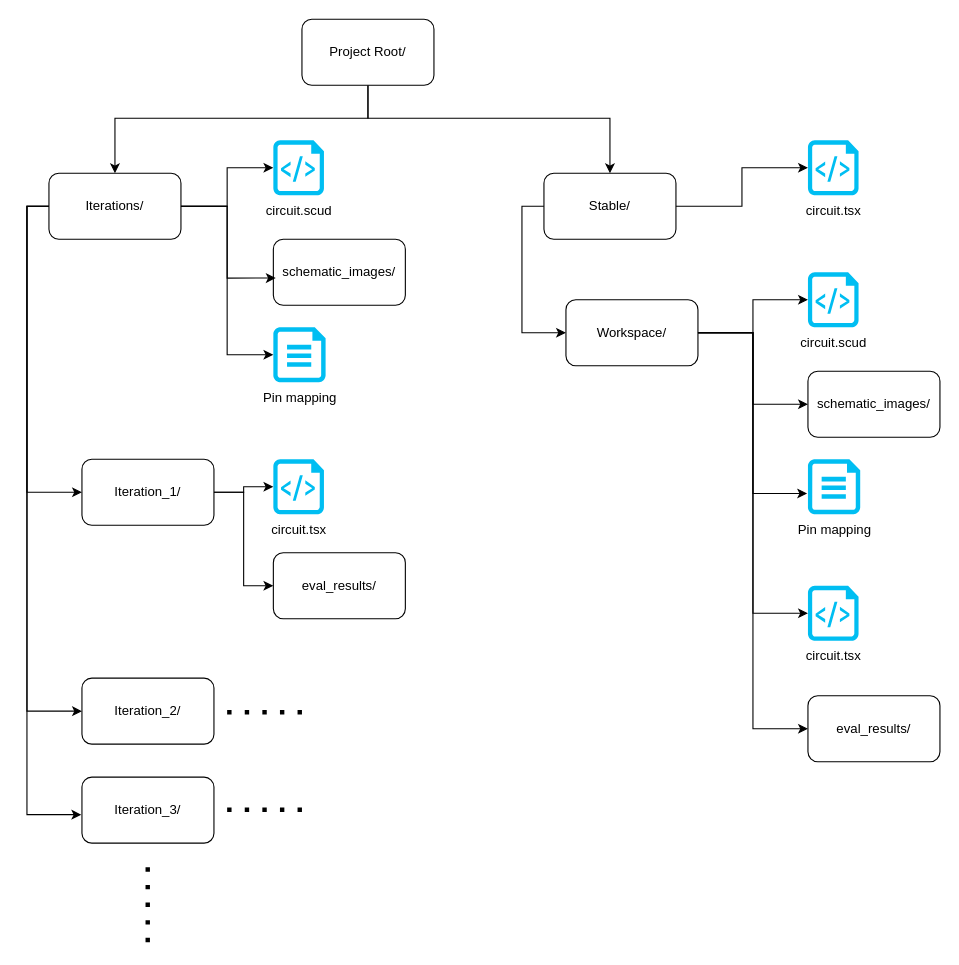
This is VHL_Project_Folder_Structure.drawio from vivekvjnk/virtual_hardware_laboratary, a draw.io file, before an edit. Source tidied: cells renumbered, new cells numbered last; positions are measured from the earlier drawing's top-left corner, leaving out a move shared by most shapes. Both pictures are drawn from the tidied source at 110%, with x=0, y=0 at pixel (48, 19).
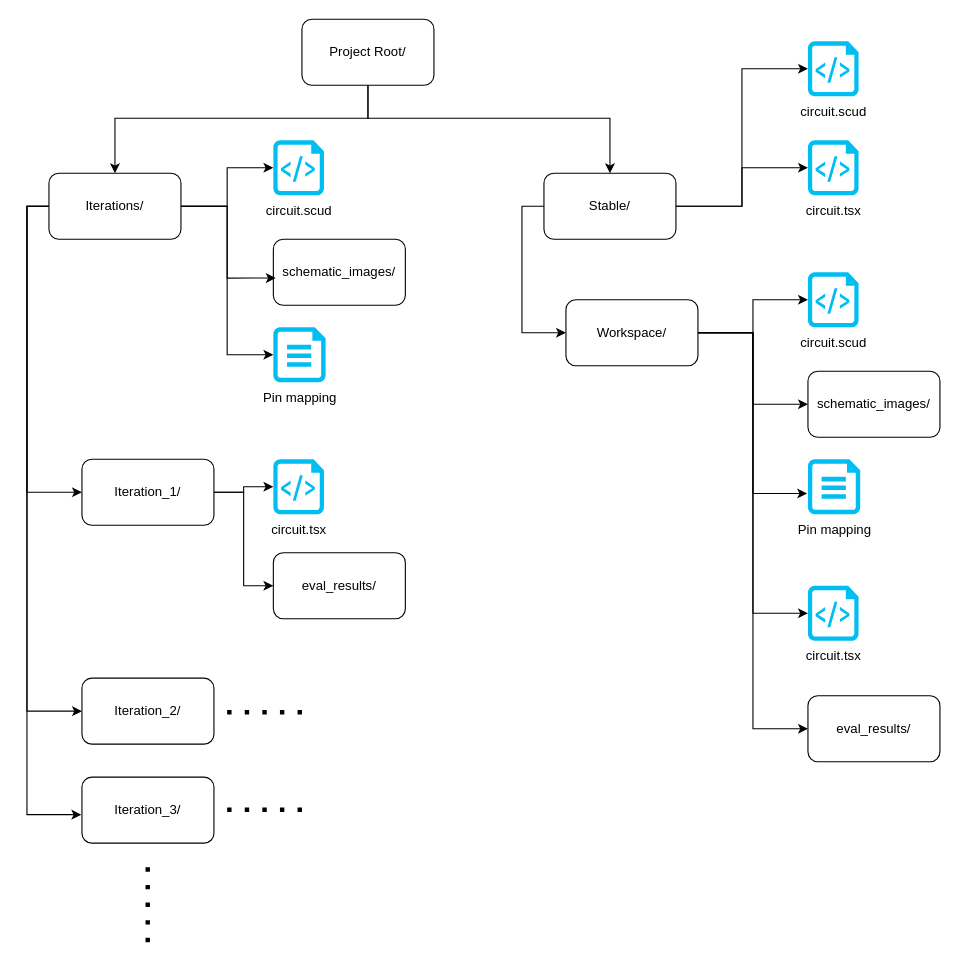
Above is the later version.

Unchanged cells that the change refers to:
```xml
<mxCell id="16" value="Stable/" style="rounded=1;whiteSpace=wrap;html=1;" parent="1" vertex="1">
  <mxGeometry x="450" y="140" width="120" height="60" as="geometry" />
</mxCell>
```

The edit, as a diff of the source:
```diff
@@
+    <mxCell id="40" value="circuit.scud" style="verticalLabelPosition=bottom;html=1;verticalAlign=top;align=center;strokeColor=none;fillColor=#00BEF2;shape=mxgraph.azure.script_file;" parent="1" vertex="1">
+      <mxGeometry x="690" y="20" width="46" height="50" as="geometry" />
+    </mxCell>
+    <mxCell id="41" style="edgeStyle=orthogonalEdgeStyle;rounded=0;jettySize=auto;html=1;exitX=1;exitY=0.5;exitDx=0;exitDy=0;entryX=0;entryY=0.5;entryDx=0;entryDy=0;entryPerimeter=0;" parent="1" edge="1" source="16" target="40">
+      <mxGeometry relative="1" as="geometry" />
+    </mxCell>
```
